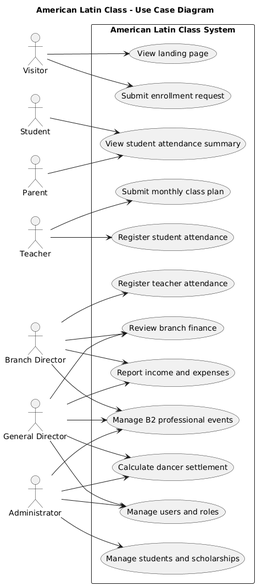
The PlantUML diagram 04UMLDiagrams/01UseCases/use-case-diagram.png in EvelynVillarreal/AWD-30716-Code-Coffee, before a commit.
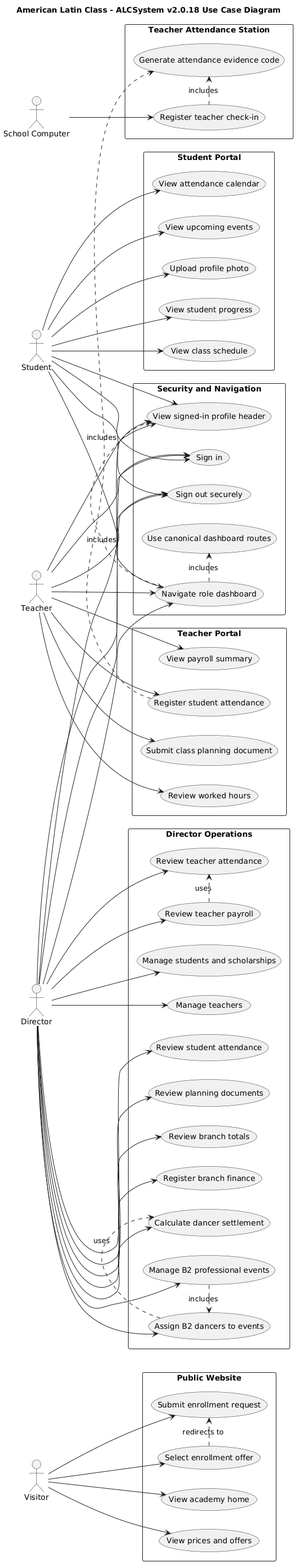
After the change.

Commit message:
ALCSystem v2.0.18: align requirements and use cases

What changed in the source:
```diff
@@ -1,48 +1,110 @@
 @startuml
-title American Latin Class - Use Case Diagram
+title American Latin Class - ALCSystem v2.0.18 Use Case Diagram
 left to right direction
 
 actor Visitor
 actor Student
-actor Parent
 actor Teacher
-actor "Branch Director" as BranchDirector
-actor "General Director" as GeneralDirector
-actor Administrator
+actor Director
+actor "School Computer" as Kiosk
 
-rectangle "American Latin Class System" {
-  usecase "View landing page" as UC1
-  usecase "Submit enrollment request" as UC2
-  usecase "View student attendance summary" as UC3
-  usecase "Submit monthly class plan" as UC4
-  usecase "Register student attendance" as UC5
-  usecase "Register teacher attendance" as UC6
-  usecase "Manage students and scholarships" as UC7
-  usecase "Review branch finance" as UC8
-  usecase "Report income and expenses" as UC9
-  usecase "Manage B2 professional events" as UC10
-  usecase "Calculate dancer settlement" as UC11
-  usecase "Manage users and roles" as UC12
+rectangle "Public Website" {
+  usecase "View academy home" as UC_HOME
+  usecase "View prices and offers" as UC_PRICING
+  usecase "Select enrollment offer" as UC_OFFER
+  usecase "Submit enrollment request" as UC_ENROLL
 }
 
-Visitor --> UC1
-Visitor --> UC2
-Parent --> UC3
-Student --> UC3
-Teacher --> UC4
-Teacher --> UC5
-BranchDirector --> UC6
-BranchDirector --> UC8
-BranchDirector --> UC9
-BranchDirector --> UC10
-Administrator --> UC7
-Administrator --> UC10
-Administrator --> UC11
-Administrator --> UC12
-GeneralDirector --> UC8
-GeneralDirector --> UC9
-GeneralDirector --> UC10
-GeneralDirector --> UC11
-GeneralDirector --> UC12
+rectangle "Security and Navigation" {
+  usecase "Sign in" as UC_LOGIN
+  usecase "View signed-in profile header" as UC_HEADER
+  usecase "Navigate role dashboard" as UC_DASHBOARD
+  usecase "Use canonical dashboard routes" as UC_ROUTES
+  usecase "Sign out securely" as UC_SIGNOUT
+}
 
+rectangle "Student Portal" {
+  usecase "View student progress" as UC_PROGRESS
+  usecase "View class schedule" as UC_SCHEDULE
+  usecase "View attendance calendar" as UC_STUDENT_ATTENDANCE
+  usecase "View upcoming events" as UC_STUDENT_EVENTS
+  usecase "Upload profile photo" as UC_PHOTO
+}
+
+rectangle "Teacher Portal" {
+  usecase "Submit class planning document" as UC_PLAN
+  usecase "Register student attendance" as UC_ATTENDANCE
+  usecase "Review worked hours" as UC_WORK_LOG
+  usecase "View payroll summary" as UC_TEACHER_PAYROLL
+}
+
+rectangle "Teacher Attendance Station" {
+  usecase "Register teacher check-in" as UC_TEACHER_CHECKIN
+  usecase "Generate attendance evidence code" as UC_EVIDENCE
+}
+
+rectangle "Director Operations" {
+  usecase "Manage students and scholarships" as UC_STUDENTS
+  usecase "Manage teachers" as UC_TEACHERS
+  usecase "Review student attendance" as UC_REVIEW_STUDENT_ATTENDANCE
+  usecase "Review teacher attendance" as UC_REVIEW_TEACHER_ATTENDANCE
+  usecase "Review teacher payroll" as UC_PAYROLL
+  usecase "Review planning documents" as UC_REVIEW_PLANS
+  usecase "Review branch totals" as UC_BRANCH_TOTALS
+  usecase "Register branch finance" as UC_FINANCE
+  usecase "Manage B2 professional events" as UC_EVENTS
+  usecase "Assign B2 dancers to events" as UC_ASSIGN_DANCERS
+  usecase "Calculate dancer settlement" as UC_SETTLEMENT
+}
+
+Visitor --> UC_HOME
+Visitor --> UC_PRICING
+Visitor --> UC_OFFER
+Visitor --> UC_ENROLL
+
+Student --> UC_LOGIN
+Student --> UC_DASHBOARD
+Student --> UC_HEADER
+Student --> UC_SIGNOUT
+Student --> UC_PROGRESS
+Student --> UC_SCHEDULE
+Student --> UC_STUDENT_ATTENDANCE
+Student --> UC_STUDENT_EVENTS
+Student --> UC_PHOTO
+
+Teacher --> UC_LOGIN
+Teacher --> UC_DASHBOARD
+Teacher --> UC_HEADER
+Teacher --> UC_SIGNOUT
+Teacher --> UC_PLAN
+Teacher --> UC_ATTENDANCE
+Teacher --> UC_WORK_LOG
+Teacher --> UC_TEACHER_PAYROLL
+
+Kiosk --> UC_TEACHER_CHECKIN
+
+Director --> UC_LOGIN
+Director --> UC_DASHBOARD
+Director --> UC_HEADER
+Director --> UC_SIGNOUT
+Director --> UC_STUDENTS
+Director --> UC_TEACHERS
+Director --> UC_REVIEW_STUDENT_ATTENDANCE
+Director --> UC_REVIEW_TEACHER_ATTENDANCE
+Director --> UC_PAYROLL
+Director --> UC_REVIEW_PLANS
+Director --> UC_BRANCH_TOTALS
+Director --> UC_FINANCE
+Director --> UC_EVENTS
+Director --> UC_ASSIGN_DANCERS
+Director --> UC_SETTLEMENT
+
+UC_OFFER .> UC_ENROLL : redirects to
+UC_DASHBOARD .> UC_HEADER : includes
+UC_DASHBOARD .> UC_ROUTES : includes
+UC_ATTENDANCE .> UC_EVIDENCE : includes
+UC_TEACHER_CHECKIN .> UC_EVIDENCE : includes
+UC_EVENTS .> UC_ASSIGN_DANCERS : includes
+UC_ASSIGN_DANCERS .> UC_SETTLEMENT : uses
+UC_PAYROLL .> UC_REVIEW_TEACHER_ATTENDANCE : uses
 @enduml
```
